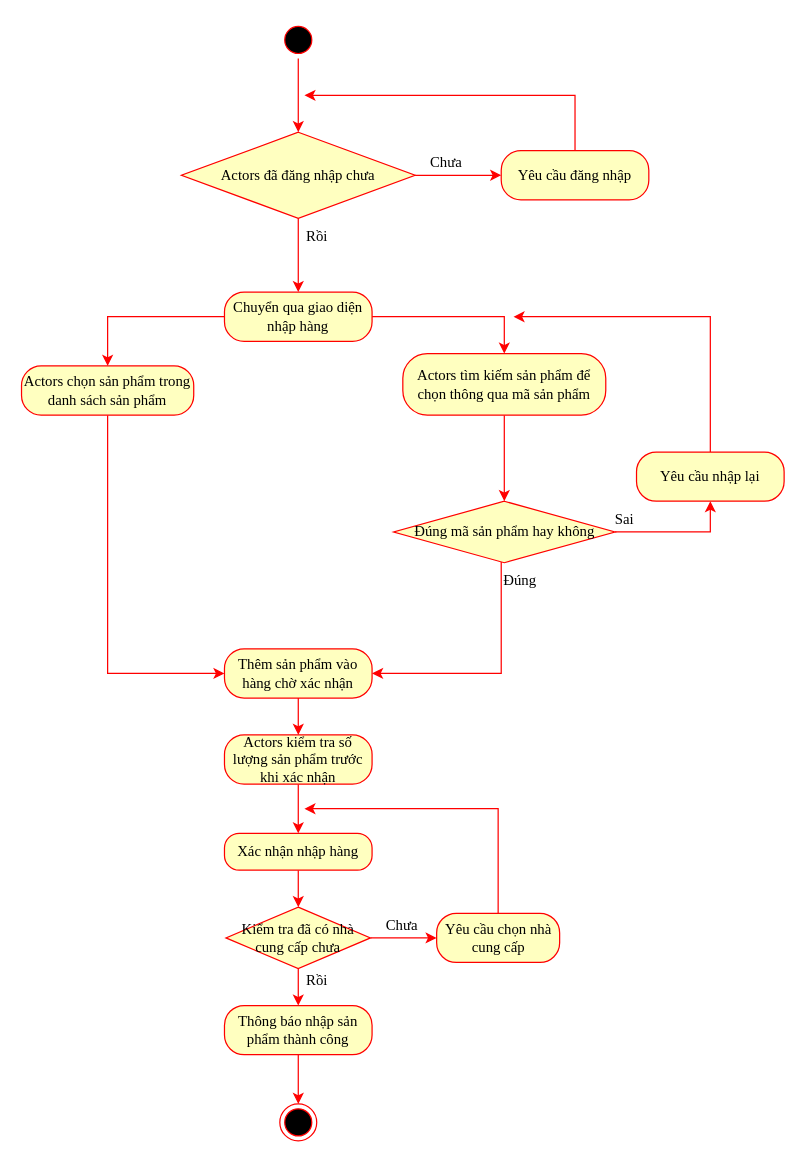
Before: Activity Diagrams/Quang Võ/AD_QuảnLýNhậpHàng.drawio in EdgarIgnite16/OOAD-Project, a draw.io diagram. Source tidied: cells renumbered, new cells numbered last; positions are measured from the earlier drawing's top-left corner, leaving out a move shared by most shapes. Both pictures are drawn from the tidied source at 123%, with x=0, y=0 at pixel (21, 21).
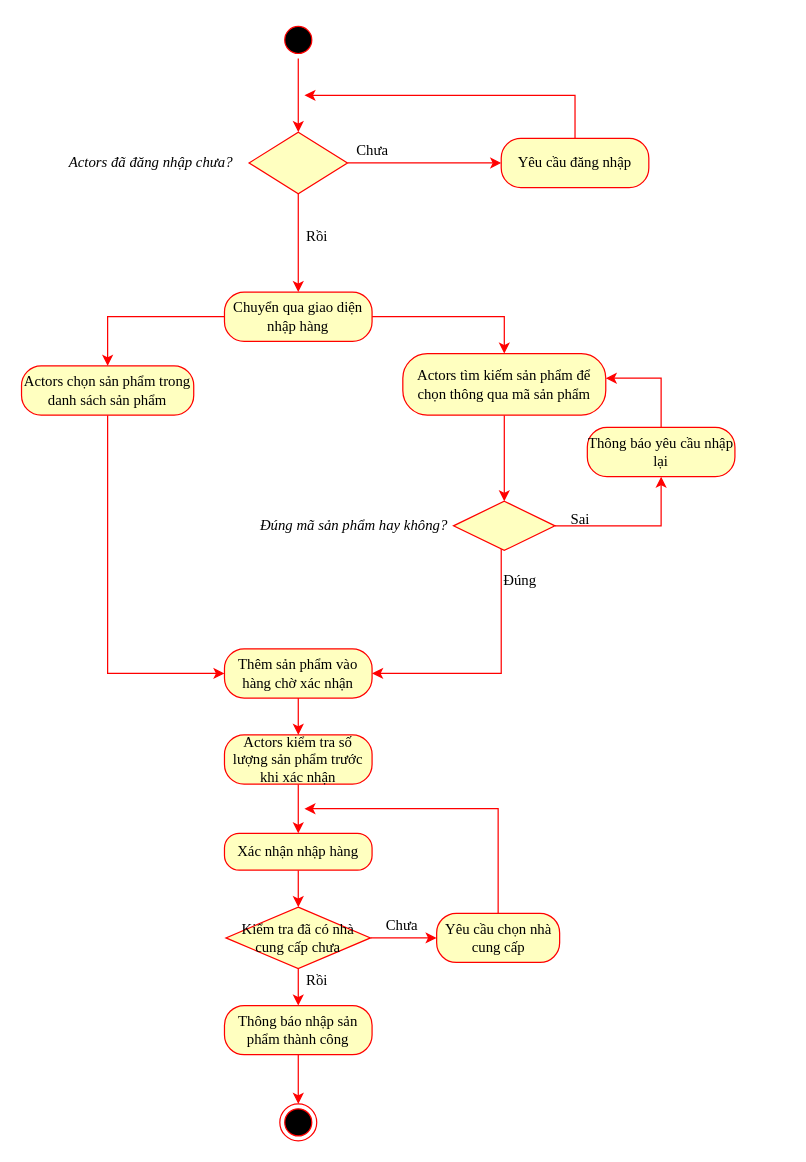
The same diagram, later.

Unchanged cells that the change refers to:
```xml
<mxCell id="19" value="Actors tìm kiếm sản phẩm để chọn thông qua mã sản phẩm" style="rounded=1;whiteSpace=wrap;html=1;arcSize=40;fontColor=#000000;fillColor=#ffffc0;strokeColor=#ff0000;fontFamily=Times New Roman;fontSize=12;" parent="1" vertex="1">
  <mxGeometry x="310" y="270" width="165" height="50" as="geometry" />
</mxCell>
```

The edit, as a diff of the source:
```diff
@@
-    <mxCell id="3" value="Actors đã đăng nhập chưa" style="rhombus;whiteSpace=wrap;html=1;fillColor=#ffffc0;strokeColor=#ff0000;fontFamily=Times New Roman;fontSize=12;" parent="1" vertex="1">
-      <mxGeometry x="130" y="90" width="190" height="70" as="geometry" />
+    <mxCell id="3" style="rhombus;whiteSpace=wrap;html=1;fillColor=#ffffc0;strokeColor=#ff0000;fontFamily=Times New Roman;fontSize=12;" parent="1" vertex="1">
+      <mxGeometry x="185" y="90" width="80" height="50" as="geometry" />
     </mxCell>
@@
     <mxCell id="9" value="Yêu cầu đăng nhập" style="rounded=1;whiteSpace=wrap;html=1;arcSize=40;fontColor=#000000;fillColor=#ffffc0;strokeColor=#ff0000;fontFamily=Times New Roman;fontSize=12;" parent="1" vertex="1">
-      <mxGeometry x="390" y="105" width="120" height="40" as="geometry" />
+      <mxGeometry x="390" y="95" width="120" height="40" as="geometry" />
     </mxCell>
@@
     <mxCell id="12" value="Chưa" style="text;html=1;align=center;verticalAlign=middle;strokeColor=none;fillColor=none;fontSize=12;fontFamily=Times New Roman;" parent="1" vertex="1">
-      <mxGeometry x="320" y="100" width="50" height="30" as="geometry" />
+      <mxGeometry x="260" y="90" width="50" height="30" as="geometry" />
     </mxCell>
@@
     <mxCell id="21" style="edgeStyle=orthogonalEdgeStyle;rounded=0;jettySize=auto;html=1;fontFamily=Times New Roman;fontSize=12;strokeColor=#FF0000;" parent="1" edge="1" source="22" target="24">
       <mxGeometry relative="1" as="geometry">
         <Array as="points">
-          <mxPoint x="560" y="415" />
+          <mxPoint x="520" y="410" />
         </Array>
       </mxGeometry>
     </mxCell>
-    <mxCell id="22" value="Đúng mã sản phẩm hay không" style="rhombus;whiteSpace=wrap;html=1;fillColor=#ffffc0;strokeColor=#ff0000;fontFamily=Times New Roman;fontSize=12;" parent="1" vertex="1">
-      <mxGeometry x="302.5" y="390" width="180" height="50" as="geometry" />
+    <mxCell id="22" style="rhombus;whiteSpace=wrap;html=1;fillColor=#ffffc0;strokeColor=#ff0000;fontFamily=Times New Roman;fontSize=12;" parent="1" vertex="1">
+      <mxGeometry x="351.2" y="390" width="82.5" height="40" as="geometry" />
     </mxCell>
-    <mxCell id="23" style="edgeStyle=orthogonalEdgeStyle;rounded=0;jettySize=auto;html=1;fontFamily=Times New Roman;fontSize=12;strokeColor=#FF0000;" parent="1" edge="1" source="24">
+    <mxCell id="23" style="edgeStyle=orthogonalEdgeStyle;rounded=0;jettySize=auto;html=1;fontFamily=Times New Roman;fontSize=12;strokeColor=#FF0000;" parent="1" edge="1" source="24" target="19">
       <mxGeometry relative="1" as="geometry">
-        <mxPoint x="400" y="240" as="targetPoint" />
         <Array as="points">
-          <mxPoint x="560" y="240" />
+          <mxPoint x="520" y="290" />
         </Array>
       </mxGeometry>
     </mxCell>
-    <mxCell id="24" value="Yêu cầu nhập lại" style="rounded=1;whiteSpace=wrap;html=1;arcSize=40;fontColor=#000000;fillColor=#ffffc0;strokeColor=#ff0000;fontFamily=Times New Roman;fontSize=12;" parent="1" vertex="1">
-      <mxGeometry x="500" y="350" width="120" height="40" as="geometry" />
+    <mxCell id="24" value="Thông báo yêu cầu nhập lại" style="rounded=1;whiteSpace=wrap;html=1;arcSize=40;fontColor=#000000;fillColor=#ffffc0;strokeColor=#ff0000;fontFamily=Times New Roman;fontSize=12;" parent="1" vertex="1">
+      <mxGeometry x="460" y="330" width="120" height="40" as="geometry" />
     </mxCell>
@@
     <mxCell id="26" value="Sai" style="text;html=1;align=center;verticalAlign=middle;strokeColor=none;fillColor=none;fontSize=12;fontFamily=Times New Roman;" parent="1" vertex="1">
-      <mxGeometry x="470" y="390" width="40" height="30" as="geometry" />
+      <mxGeometry x="433.8" y="390" width="40" height="30" as="geometry" />
     </mxCell>
@@
+    <mxCell id="41" value="&lt;span style=&quot;font-family: &amp;quot;Times New Roman&amp;quot;;&quot;&gt;Actors đã đăng nhập chưa?&lt;/span&gt;" style="text;html=1;align=center;verticalAlign=middle;strokeColor=none;fillColor=none;fontStyle=2;" parent="1" vertex="1">
+      <mxGeometry x="25" y="100" width="160" height="30" as="geometry" />
+    </mxCell>
+    <mxCell id="42" value="&lt;span style=&quot;font-family: &amp;quot;Times New Roman&amp;quot;;&quot;&gt;Đúng mã sản phẩm hay không?&lt;/span&gt;" style="text;html=1;align=center;verticalAlign=middle;strokeColor=none;fillColor=none;fontStyle=2;" parent="1" vertex="1">
+      <mxGeometry x="180" y="395" width="180" height="30" as="geometry" />
+    </mxCell>
```
